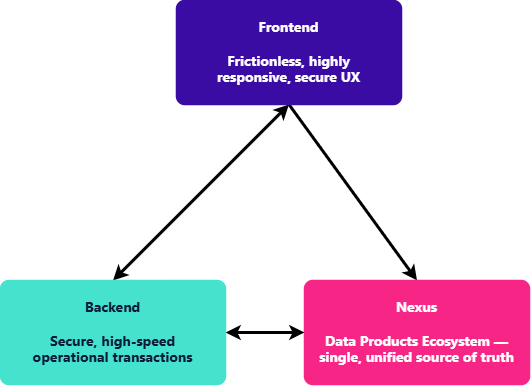
Above: Nexus/Golden_Triad.png in luisruizML/documents (draw.io), before the change. Source tidied: cells renumbered, new cells last; positions are measured from the earlier drawing's top-left corner, leaving out a move shared by most shapes.
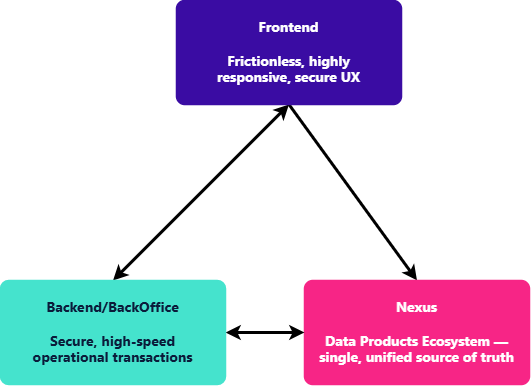
After the change.

Diff of the diagram source:
```diff
@@ -17,7 +17,7 @@
     <mxCell id="6" style="edgeStyle=none;html=1;strokeColor=#000000;strokeWidth=3;startArrow=classic;startFill=1;" parent="1" edge="1" source="7" target="5">
       <mxGeometry relative="1" as="geometry" />
     </mxCell>
-    <mxCell id="7" value="Backend&lt;br&gt;&lt;br&gt;Secure, high-speed&lt;br&gt;operational transactions" style="rounded=1;arcSize=8;html=1;whiteSpace=wrap;fillColor=#45E3CD;strokeColor=#45E3CD;strokeWidth=1.5;fontColor=#0B1B3A;fontSize=14;fontFamily=Inter, Roboto, system-ui, -apple-system, sans-serif;verticalAlign=middle;align=center;fontStyle=1;" parent="1" vertex="1">
+    <mxCell id="7" value="Backend/BackOffice&lt;br&gt;&lt;br&gt;Secure, high-speed&lt;br&gt;operational transactions" style="rounded=1;arcSize=8;html=1;whiteSpace=wrap;fillColor=#45E3CD;strokeColor=#45E3CD;strokeWidth=1.5;fontColor=#0B1B3A;fontSize=14;fontFamily=Inter, Roboto, system-ui, -apple-system, sans-serif;verticalAlign=middle;align=center;fontStyle=1;" parent="1" vertex="1">
       <mxGeometry y="280" width="225" height="104" as="geometry" />
     </mxCell>
   </root>
```
